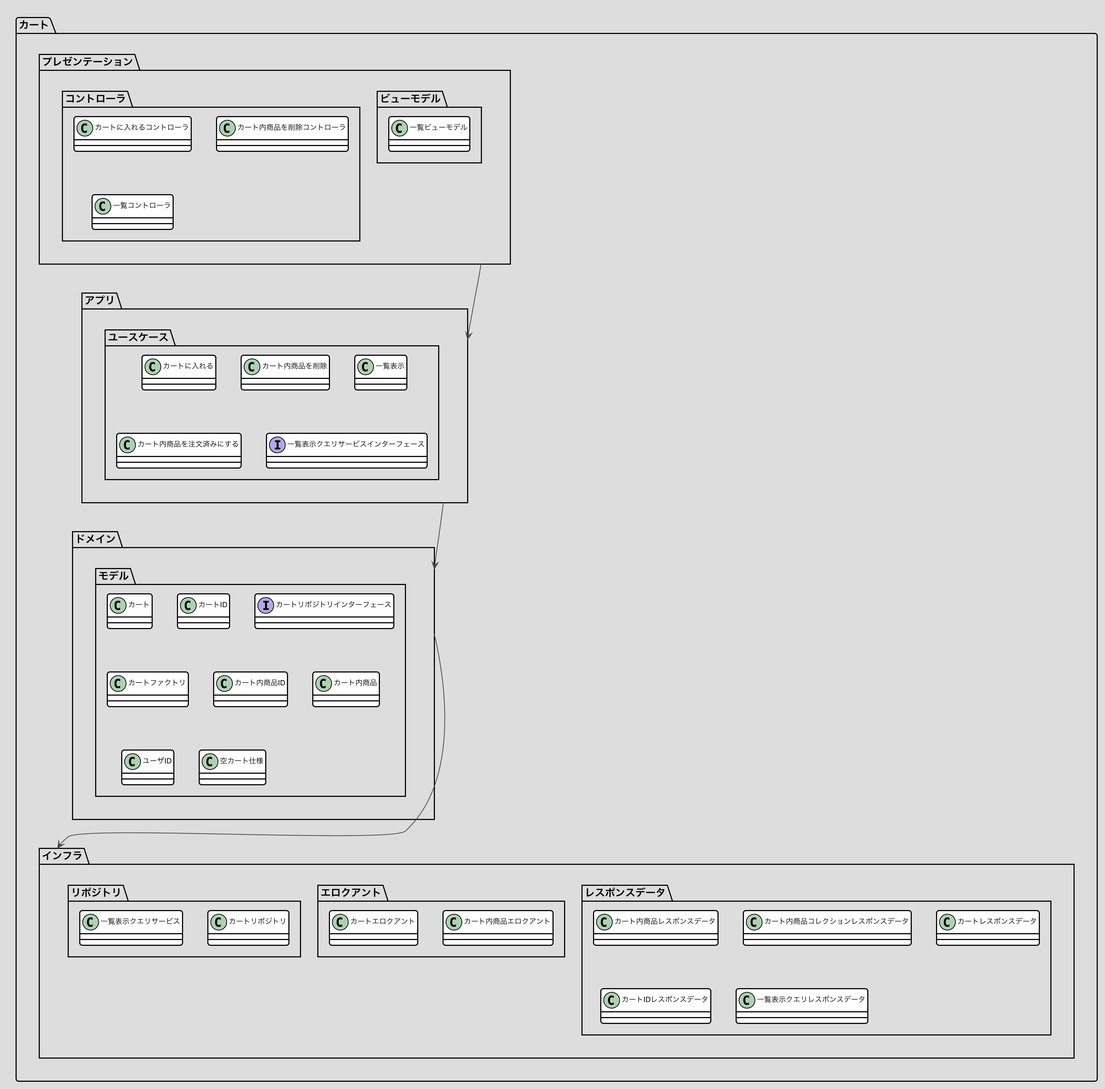
Before: docs/画像/カート.png, a diagram exported from PlantUML (nomura-kainos/japanese-ddd-sample). Its diagram source:
```plantuml
@startuml

skinparam Actor {
    BackgroundColor black
    BorderColor black
    FontColor 454645
}

skinparam Boundary {
    BackgroundColor white
    BorderColor 454645
    FontColor 454645
}

skinparam Entity {
    BackgroundColor white
    BorderColor 454645
    FontColor 454645
}

skinparam Control {
    BackgroundColor white
    BorderColor 454645
    FontColor 454645
}

skinparam Usecase {
    BackgroundColor white
    BorderColor 999999
}

skinparam Note {
    BackgroundColor white
    BorderColor 454645
    FontColor 454645
}

skinparam Class {
    BackgroundColor white
    BorderColor black
    ArrowColor black
    FontColor black
    FontSize 10
    FontName Helvetica
}

skinparam BackgroundColor DDDDDD
skinparam Shadowing false
skinparam RoundCorner 7
skinparam ArrowColor 454645
skinparam FontColor 454645

プレゼンテーション ---> アプリ
アプリ ---> ドメイン
ドメイン ----> インフラ

package カート <<Folder>> {
 package プレゼンテーション {
  package ビューモデル {
   class 一覧ビューモデル
  }
  package コントローラ {
   class カートに入れるコントローラ
   class カート内商品を削除コントローラ
   class 一覧コントローラ
  }
 }
 package アプリ {
  package ユースケース {
   class カートに入れる
   class カート内商品を削除
   class 一覧表示
   class カート内商品を注文済みにする
   interface 一覧表示クエリサービスインターフェース
  }
 }
 package ドメイン {
  package モデル {
   class カート
   class カートID
   interface カートリポジトリインターフェース
   class カートファクトリ
   class カート内商品ID
   class カート内商品
   class ユーザID
   class 空カート仕様
  }
 }
 package インフラ {
  package レスポンスデータ {
   class カート内商品レスポンスデータ
   class カート内商品コレクションレスポンスデータ
   class カートレスポンスデータ
   class カートIDレスポンスデータ
   class 一覧表示クエリレスポンスデータ
  }
  package エロクアント {
   class カート内商品エロクアント
   class カートエロクアント
  }
  package リポジトリ {
   class カートリポジトリ
   class 一覧表示クエリサービス
  }
 }
}
@enduml
```
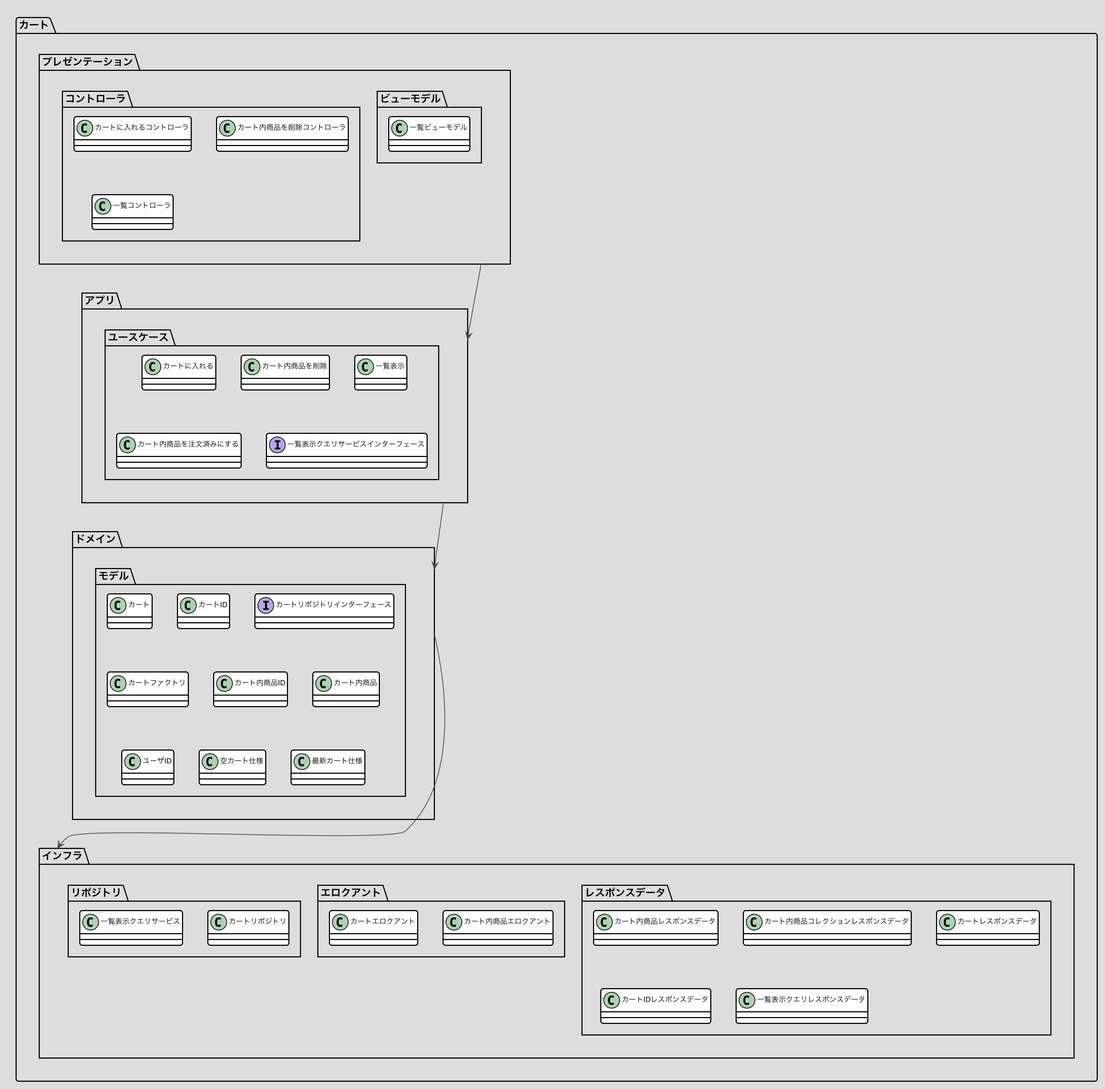
The same diagram one commit later.

What changed in the source:
```diff
@@ -84,6 +84,7 @@
    class カート内商品
    class ユーザID
    class 空カート仕様
+   class 最新カート仕様
   }
  }
  package インフラ {
```
